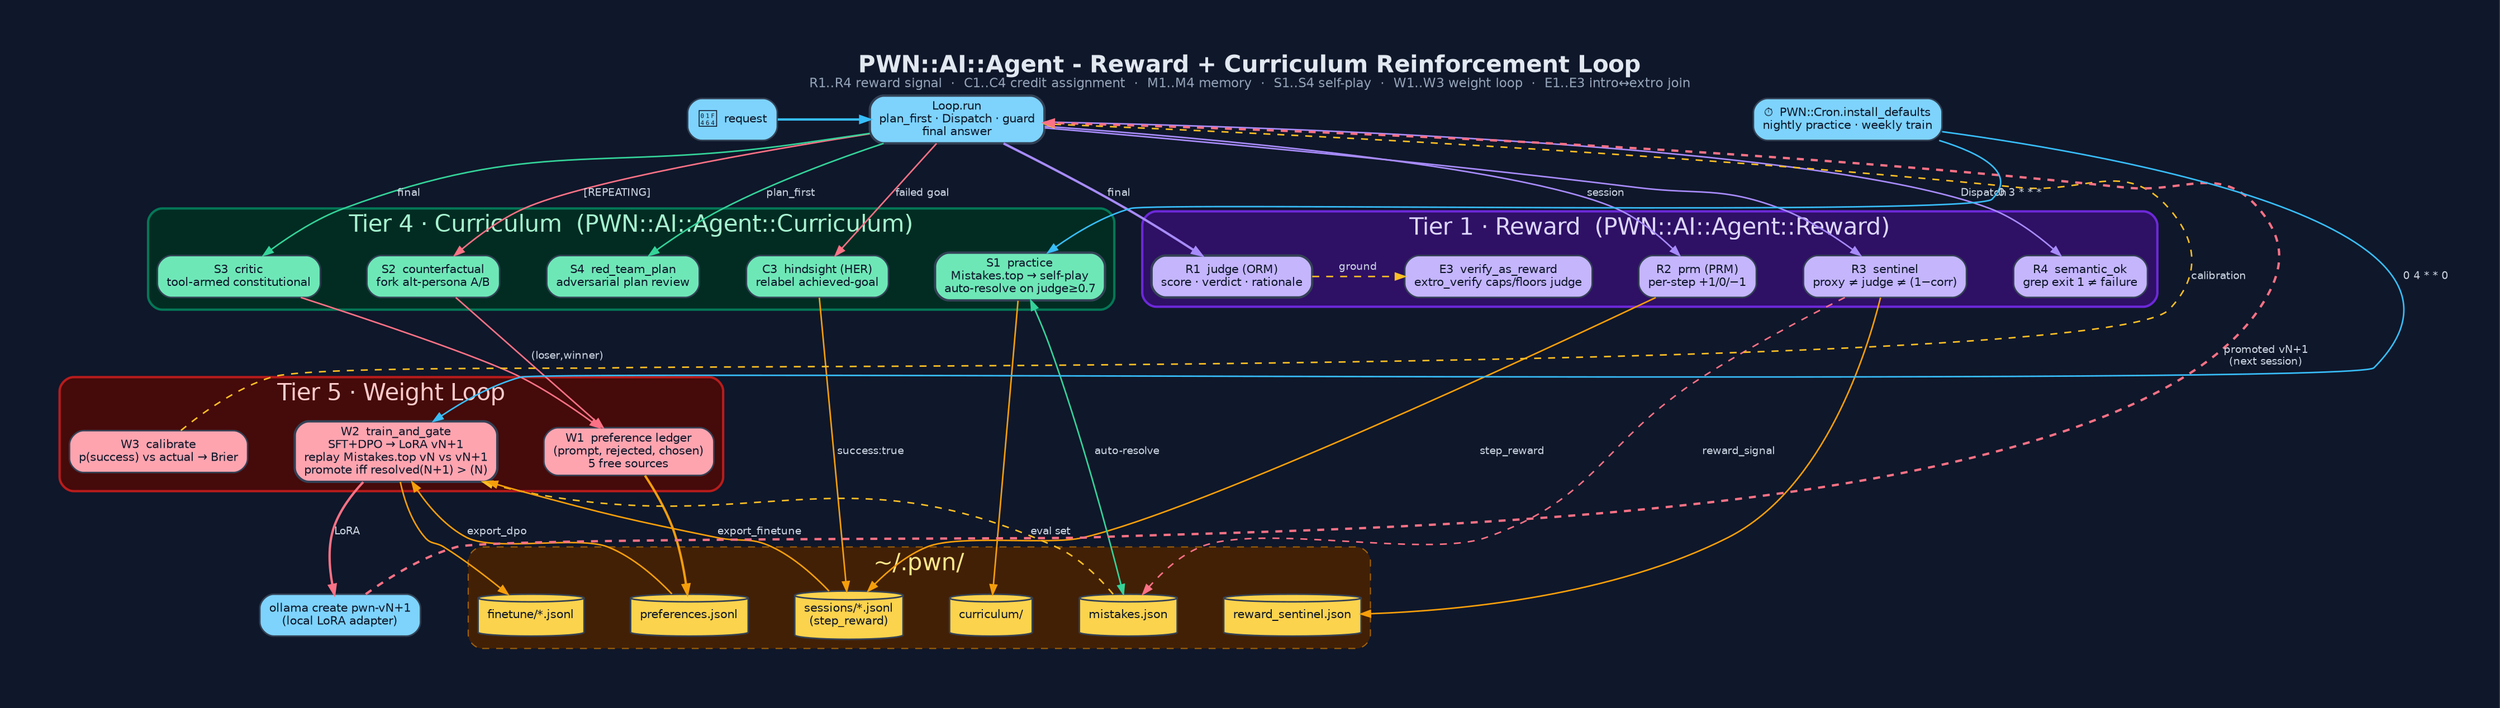
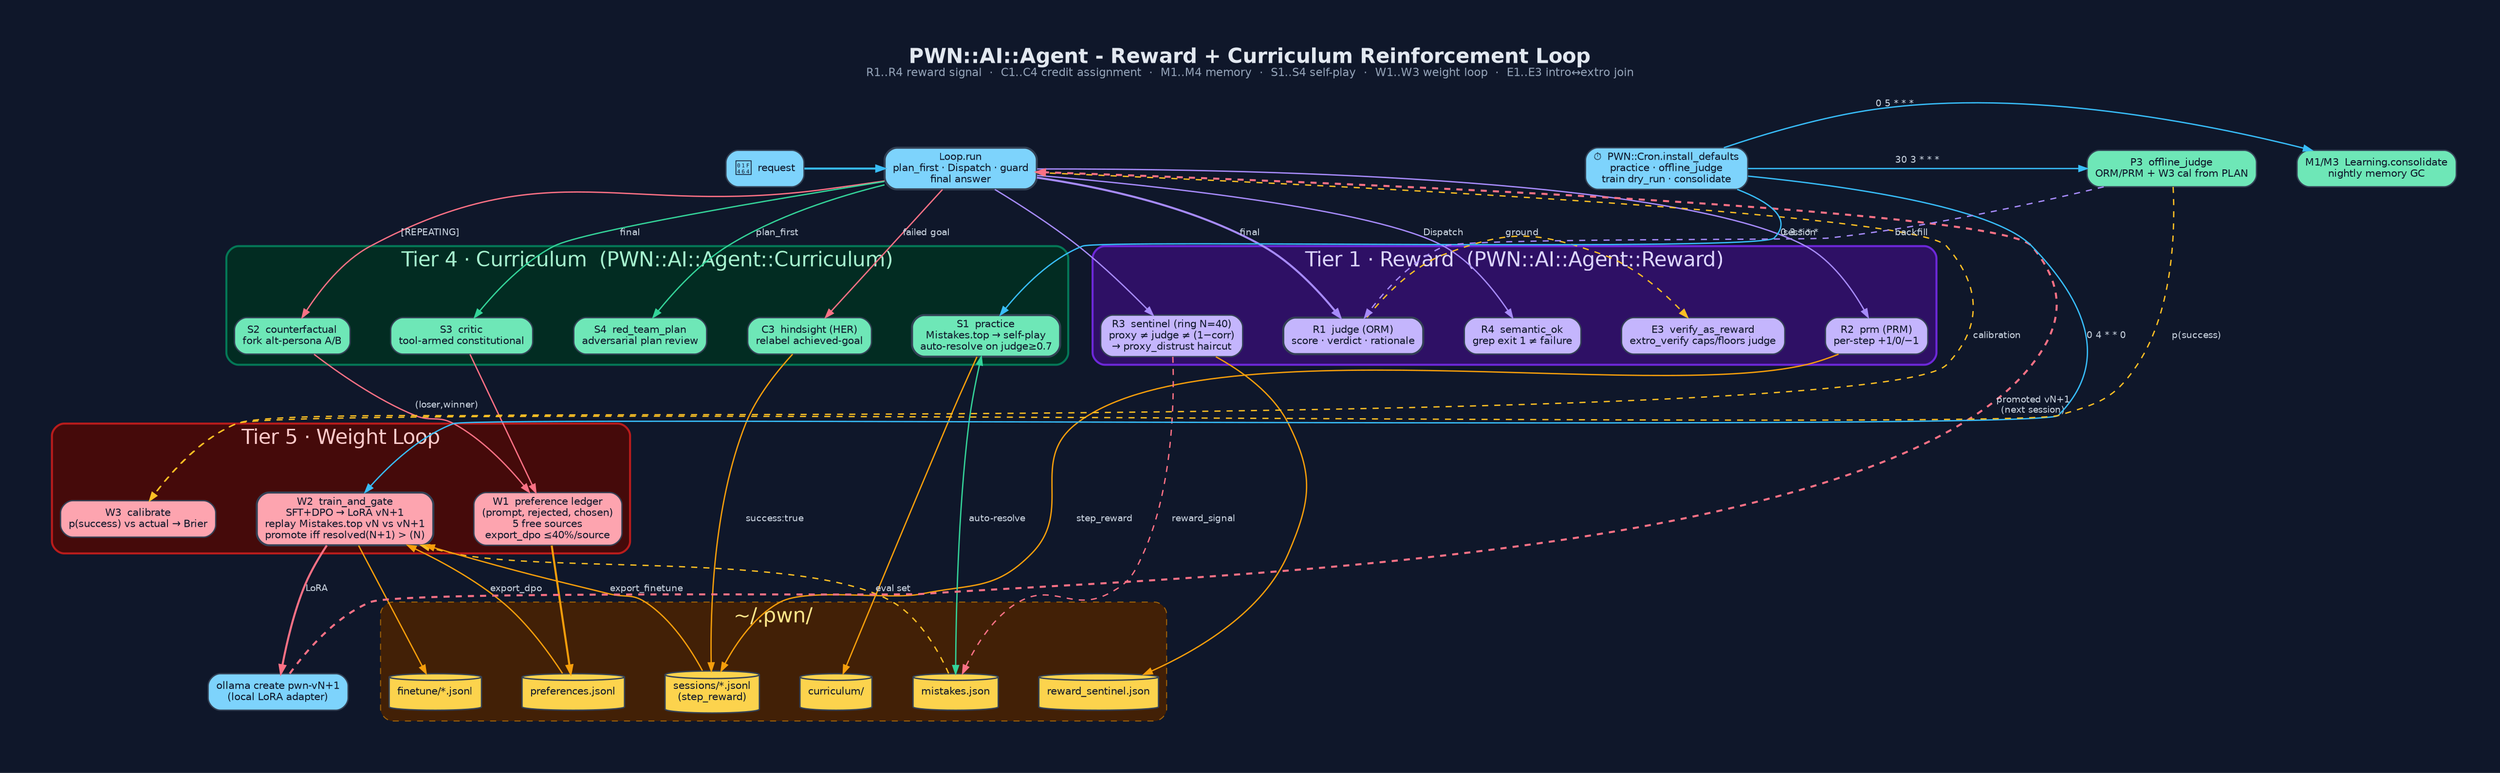
digraph "PWN_Reinforcement_Learning" {
  graph [
    label=<<B>PWN::AI::Agent - Reward + Curriculum Reinforcement Loop</B><BR/><FONT POINT-SIZE="11" COLOR="#94a3b8">R1..R4 reward signal  ·  C1..C4 credit assignment  ·  M1..M4 memory  ·  S1..S4 self-play  ·  W1..W3 weight loop  ·  E1..E3 intro↔extro join</FONT>>,
    labelloc=t, fontsize=20, fontname="Helvetica",
    rankdir=TB, splines=spline, nodesep=0.55, ranksep=1.05,
    bgcolor="#0f172a", fontcolor="#e2e8f0", pad=0.6, newrank=true, compound=true
  ];
  node [fontname="Helvetica", fontsize=10, style="filled,rounded",
        shape=box, penwidth=1.3, color="#334155", fontcolor="#0f172a"];
  edge [fontname="Helvetica", fontsize=9, color="#94a3b8",
        fontcolor="#cbd5e1", penwidth=1.3, arrowsize=0.8];

  /* L0 — request/loop */
  Req  [label="👤  request", fillcolor="#7dd3fc"];
  Loop [label="Loop.run\nplan_first · Dispatch · guard\nfinal answer", fillcolor="#7dd3fc", penwidth=2];
  {rank=same; Req; Loop}

  /* Tier 1 — Reward signal */
  subgraph cluster_reward {
    label="Tier 1 · Reward  (PWN::AI::Agent::Reward)"; fontcolor="#ddd6fe";
    style=rounded; color="#6d28d9"; bgcolor="#2e1065"; penwidth=2;
    R1 [label="R1  judge (ORM)\nscore · verdict · rationale", fillcolor="#c4b5fd", penwidth=2];
    R2 [label="R2  prm (PRM)\nper-step +1/0/−1", fillcolor="#c4b5fd"];
-     R3 [label="R3  sentinel\nproxy ≠ judge ≠ (1−corr)", fillcolor="#c4b5fd"];
+     R3 [label="R3  sentinel (ring N=40)\nproxy ≠ judge ≠ (1−corr)\n→ proxy_distrust haircut", fillcolor="#c4b5fd"];
    R4 [label="R4  semantic_ok\ngrep exit 1 ≠ failure", fillcolor="#c4b5fd"];
    E3 [label="E3  verify_as_reward\nextro_verify caps/floors judge", fillcolor="#c4b5fd"];
  }
  {rank=same; R1; R2; R3; R4; E3}

  /* Tier 4 — Curriculum / self-play */
  subgraph cluster_curr {
    label="Tier 4 · Curriculum  (PWN::AI::Agent::Curriculum)"; fontcolor="#a7f3d0";
    style=rounded; color="#047857"; bgcolor="#022c22"; penwidth=2;
    S1 [label="S1  practice\nMistakes.top → self-play\nauto-resolve on judge≥0.7", fillcolor="#6ee7b7", penwidth=2];
    S2 [label="S2  counterfactual\nfork alt-persona A/B", fillcolor="#6ee7b7"];
    S3 [label="S3  critic\ntool-armed constitutional", fillcolor="#6ee7b7"];
    S4 [label="S4  red_team_plan\nadversarial plan review", fillcolor="#6ee7b7"];
    C3 [label="C3  hindsight (HER)\nrelabel achieved-goal", fillcolor="#6ee7b7"];
  }
  {rank=same; S1; S2; S3; S4; C3}

  /* Tier 5 — Weight loop */
  subgraph cluster_weight {
    label="Tier 5 · Weight Loop"; fontcolor="#fecaca";
    style=rounded; color="#b91c1c"; bgcolor="#450a0a"; penwidth=2;
-     W1 [label="W1  preference ledger\n(prompt, rejected, chosen)\n5 free sources", fillcolor="#fda4af"];
+     W1 [label="W1  preference ledger\n(prompt, rejected, chosen)\n5 free sources\nexport_dpo ≤40%/source", fillcolor="#fda4af"];
    W2 [label="W2  train_and_gate\nSFT+DPO → LoRA vN+1\nreplay Mistakes.top vN vs vN+1\npromote iff resolved(N+1) > (N)", fillcolor="#fda4af", penwidth=2];
    W3 [label="W3  calibrate\np(success) vs actual → Brier", fillcolor="#fda4af"];
  }
  {rank=same; W1; W2; W3}

  /* Persistence */
  subgraph cluster_files {
    label="~/.pwn/"; fontcolor="#fde68a"; style="rounded,dashed";
    color="#a16207"; bgcolor="#422006";
    Fmis [label="mistakes.json", shape=cylinder, fillcolor="#fcd34d"];
    Fses [label="sessions/*.jsonl\n(step_reward)", shape=cylinder, fillcolor="#fcd34d"];
    Fprf [label="preferences.jsonl", shape=cylinder, fillcolor="#fcd34d"];
    Fcur [label="curriculum/", shape=cylinder, fillcolor="#fcd34d"];
    Fftn [label="finetune/*.jsonl", shape=cylinder, fillcolor="#fcd34d"];
    Frws [label="reward_sentinel.json", shape=cylinder, fillcolor="#fcd34d"];
  }
  {rank=same; Fmis; Fses; Fprf; Fcur; Fftn; Frws}

  Ollama [label="ollama create pwn-vN+1\n(local LoRA adapter)", fillcolor="#7dd3fc"];

  /* edges */
  Req  -> Loop [color="#38bdf8", penwidth=2];
  Loop -> R4   [label="Dispatch", color="#a78bfa"];
  Loop -> R1   [label="final", color="#a78bfa", penwidth=2];
  Loop -> R2   [label="session", color="#a78bfa"];
  Loop -> R3   [color="#a78bfa"];
  R1   -> E3   [label="ground", style=dashed, color="#fbbf24"];
  Loop -> S4   [label="plan_first", color="#34d399"];
  Loop -> S3   [label="final", color="#34d399"];
  Loop -> S2   [label="[REPEATING]", color="#fb7185"];
  Loop -> C3   [label="failed goal", color="#fb7185"];

  R2 -> Fses [label="step_reward", color="#f59e0b"];
  R3 -> Frws [color="#f59e0b"];
  R3 -> Fmis [label="reward_signal", color="#fb7185", style=dashed];
  S1 -> Fmis [label="auto-resolve", color="#34d399", dir=both];
  S1 -> Fcur [color="#f59e0b"];
  S2 -> W1   [label="(loser,winner)", color="#fb7185"];
  S3 -> W1   [color="#fb7185"];
  C3 -> Fses [label="success:true", color="#f59e0b"];

  W1 -> Fprf [color="#f59e0b", penwidth=2];
  Fprf -> W2 [label="export_dpo", color="#f59e0b"];
  Fses -> W2 [label="export_finetune", color="#f59e0b"];
  W2 -> Fftn [color="#f59e0b"];
  W2 -> Ollama [label="LoRA", color="#fb7185", penwidth=2];
  Fmis -> W2 [label="eval set", style=dashed, color="#fbbf24", constraint=false];
  W3 -> Loop [label="calibration", style=dashed, color="#fbbf24", constraint=false];

  /* cron seeds */
-   Cron [label="⏱  PWN::Cron.install_defaults\nnightly practice · weekly train", fillcolor="#7dd3fc"];
+   Cron [label="⏱  PWN::Cron.install_defaults\npractice · offline_judge\ntrain dry_run · consolidate", fillcolor="#7dd3fc"];
+   OJ [label="P3  offline_judge\nORM/PRM + W3 cal from PLAN", fillcolor="#6ee7b7"];
+   MemGC [label="M1/M3  Learning.consolidate\nnightly memory GC", fillcolor="#6ee7b7"];
  Cron -> S1 [label="0 3 * * *", color="#38bdf8", constraint=false];
+   Cron -> OJ [label="30 3 * * *", color="#38bdf8", constraint=false];
  Cron -> W2 [label="0 4 * * 0", color="#38bdf8", constraint=false];
+   Cron -> MemGC [label="0 5 * * *", color="#38bdf8", constraint=false];
+   OJ -> R1 [label="backfill", style=dashed, color="#a78bfa", constraint=false];
+   OJ -> W3 [label="p(success)", style=dashed, color="#fbbf24", constraint=false];

  Ollama -> Loop [label="promoted vN+1\n(next session)", style=dashed, color="#fb7185", constraint=false, penwidth=2];
}
